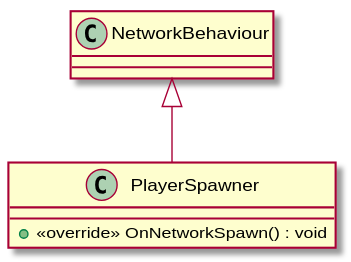
Before: UML/Level/PlayerSpawner.svg, a diagram exported from PlantUML (David-Denny/COMP3013-Team7).
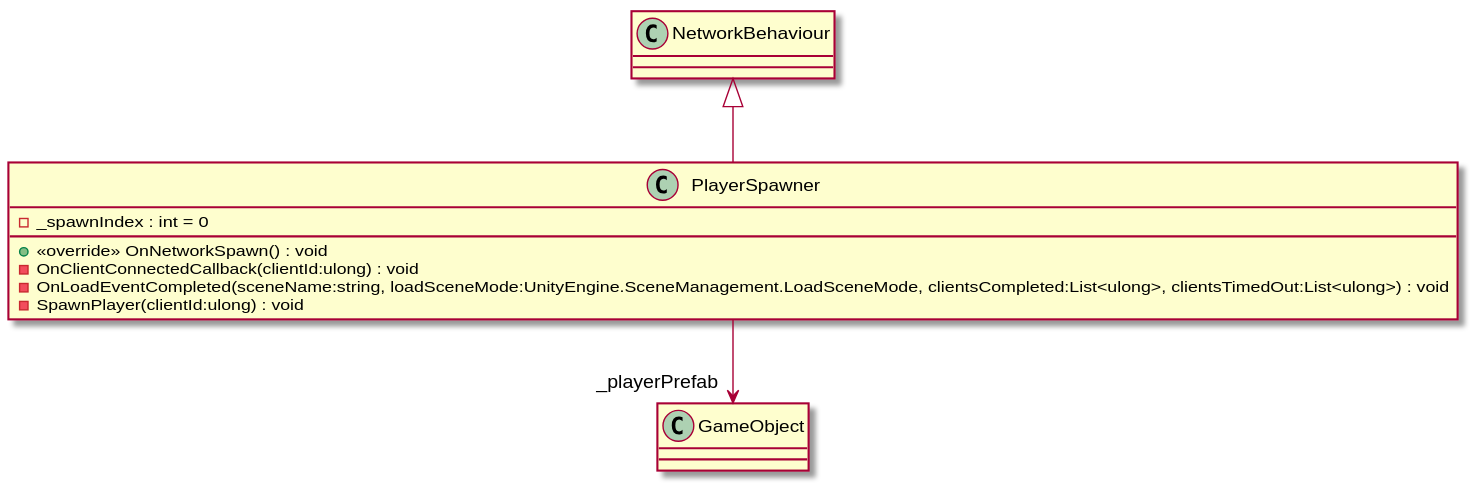
Later version of the same file.

Diff of the diagram source:
```diff
@@ -1,6 +1,11 @@
 @startuml
 class PlayerSpawner {
+    - _spawnIndex : int = 0
     + <<override>> OnNetworkSpawn() : void
+    - OnClientConnectedCallback(clientId:ulong) : void
+    - OnLoadEventCompleted(sceneName:string, loadSceneMode:UnityEngine.SceneManagement.LoadSceneMode, clientsCompleted:List<ulong>, clientsTimedOut:List<ulong>) : void
+    - SpawnPlayer(clientId:ulong) : void
 }
 NetworkBehaviour <|-- PlayerSpawner
+PlayerSpawner --> "_playerPrefab" GameObject
 @enduml
```
